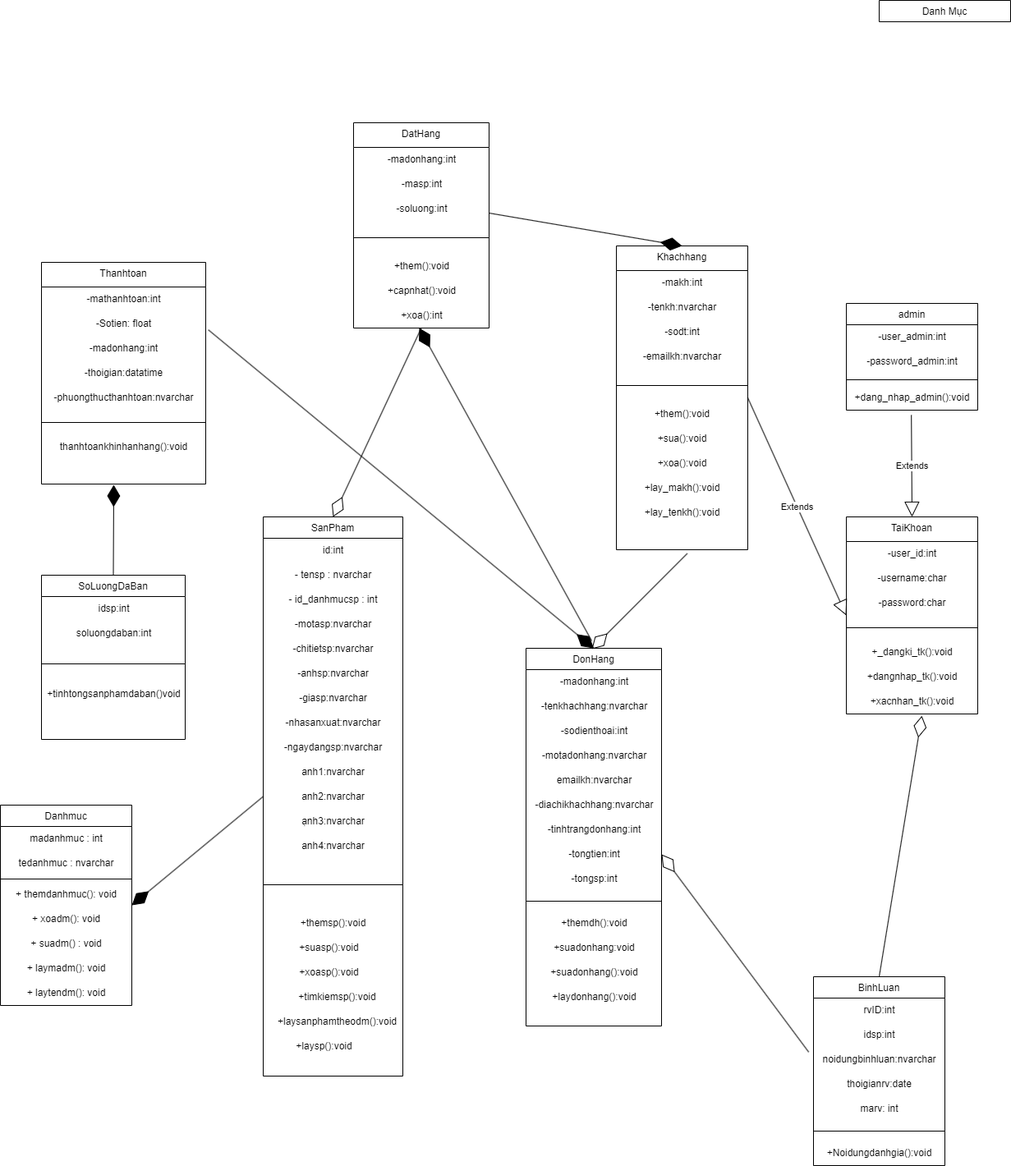
Before: vẽ class diagram cho web bán hàng.drawio.png, a diagram exported from draw.io (TTHTech/Diagram). Source tidied: cells renumbered, new cells last; positions are measured from the earlier drawing's top-left corner, leaving out a move shared by most shapes.
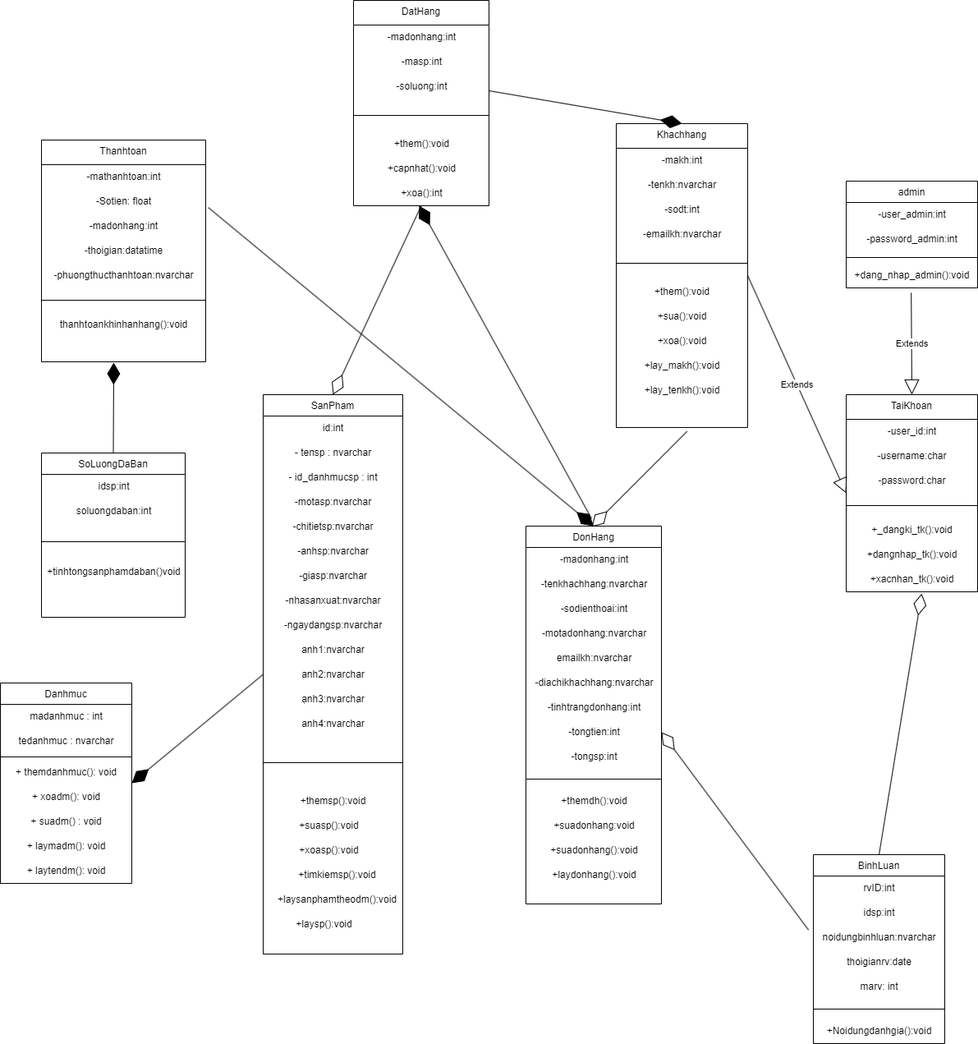
After the change.

Commit message:
Cập nhật vẽ class diagram cho web bán hàng.drawio.png

What changed in the source:
```diff
@@ -122,9 +122,6 @@
     <mxCell id="41" value="+xacnhan_tk():void" style="text;html=1;align=center;verticalAlign=middle;points=[];strokeColor=none;fillColor=none;" parent="34" vertex="1">
       <mxGeometry y="210" width="160" height="30" as="geometry" />
     </mxCell>
-    <mxCell id="42" value="Danh Mục" style="swimlane;fontStyle=0;align=center;verticalAlign=top;horizontal=1;startSize=26;rounded=0;shadow=0;strokeWidth=1;" parent="1" vertex="1" collapsed="1">
-      <mxGeometry x="1070" width="160" height="26" as="geometry" />
-    </mxCell>
     <mxCell id="43" value="admin" style="swimlane;fontStyle=0;align=center;verticalAlign=top;horizontal=1;startSize=26;rounded=0;shadow=0;strokeWidth=1;" parent="1" vertex="1">
       <mxGeometry x="1030" y="369" width="160" height="130" as="geometry" />
     </mxCell>
```
